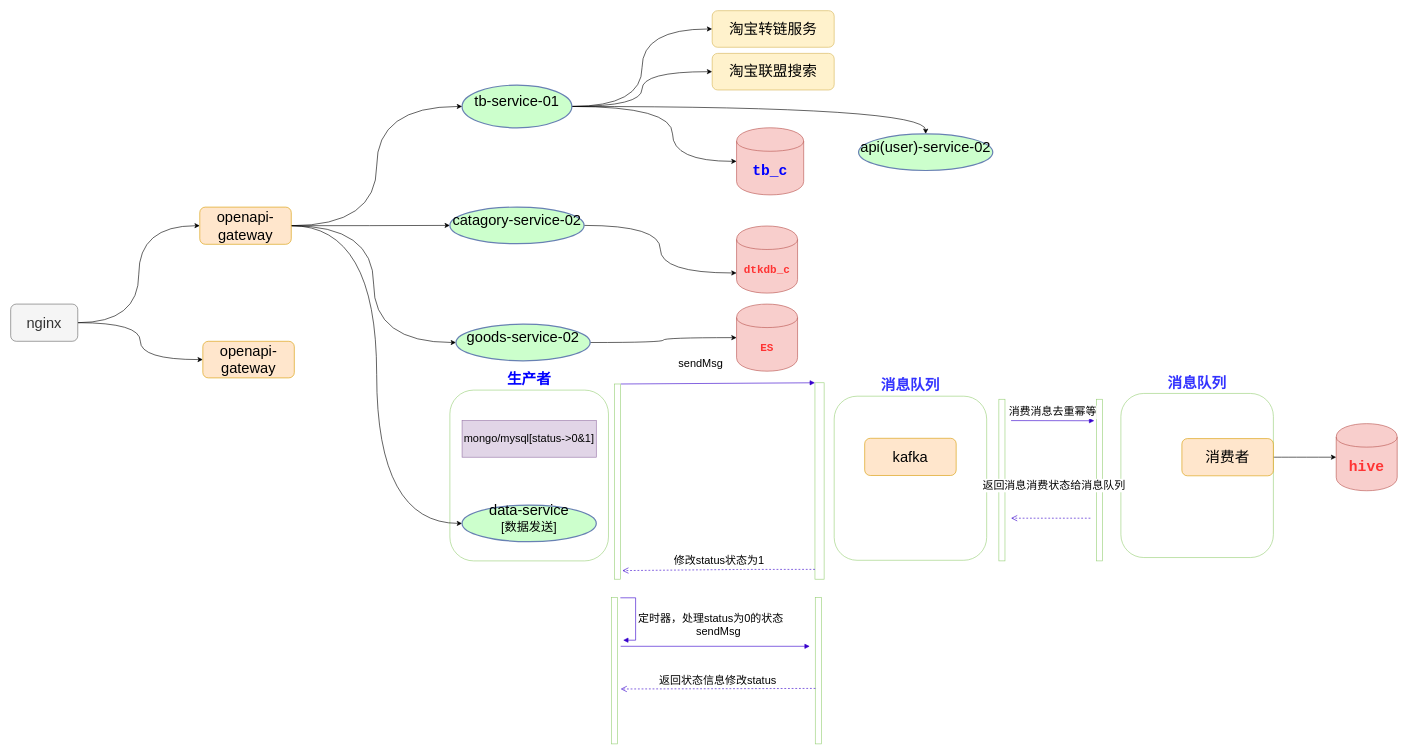
Above: 开放平台服务依赖.drawio in sevenDay2014/dtk (draw.io), before the change. Source tidied: cells renumbered, new cells numbered last; positions are measured from the earlier drawing's top-left corner, leaving out a move shared by most shapes. Both pictures are drawn from the tidied source at 61%, with x=0, y=0 at pixel (10, 10).
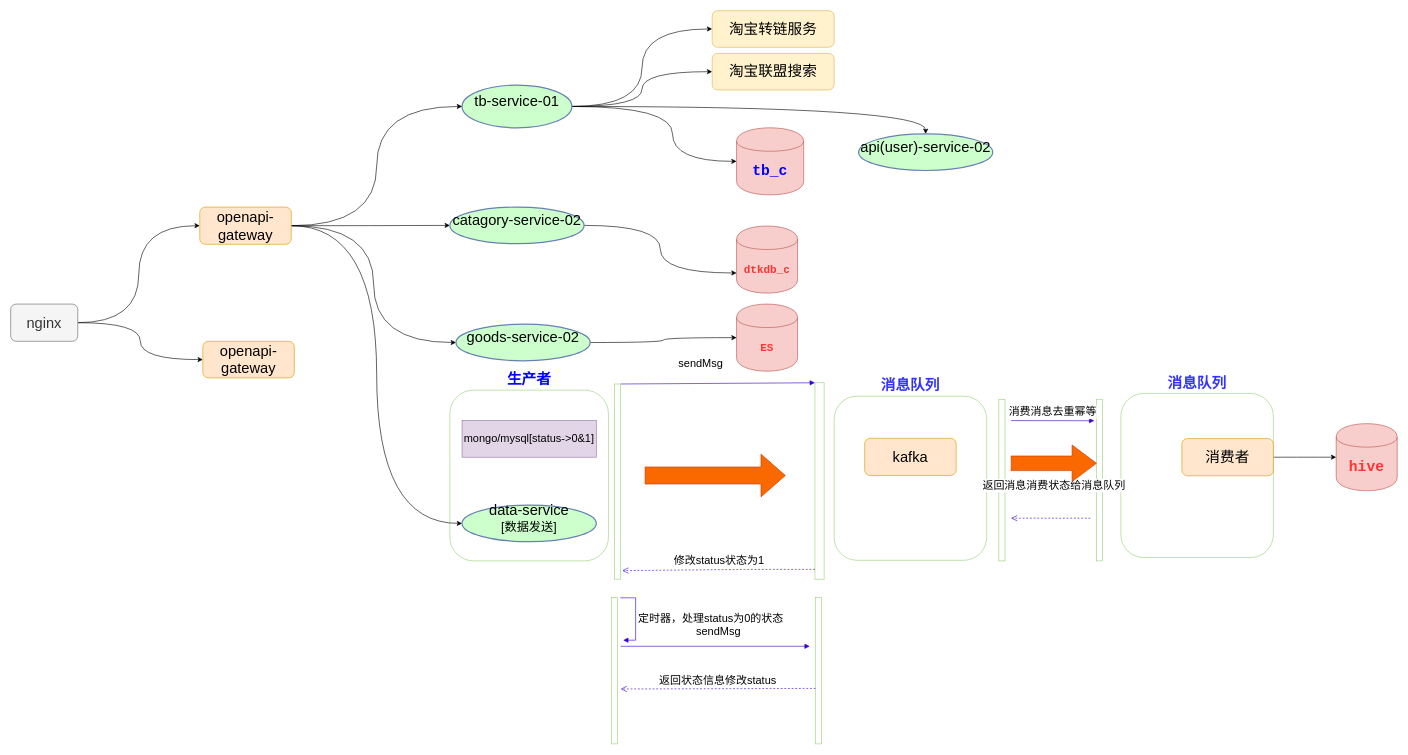
Above is the later version.

Commit message:
v1.0.0-feature:增加箭头方向

The edit, as a diff of the source:
```diff
@@
+    <mxCell id="48" style="html=1;shadow=0;dashed=0;align=center;verticalAlign=middle;shape=mxgraph.arrows2.arrow;dy=0.6;dx=40;notch=0;strokeColor=#C73500;fillColor=#fa6800;fontColor=#ffffff;" parent="1" vertex="1">
+      <mxGeometry x="1040" y="727" width="230" height="70" as="geometry" />
+    </mxCell>
+    <mxCell id="49" style="html=1;shadow=0;dashed=0;align=center;verticalAlign=middle;shape=mxgraph.arrows2.arrow;dy=0.6;dx=40;notch=0.43;strokeColor=#C73500;fillColor=#fa6800;fontColor=#ffffff;" parent="1" vertex="1">
+      <mxGeometry x="1640" y="712" width="140" height="60" as="geometry" />
+    </mxCell>
```
